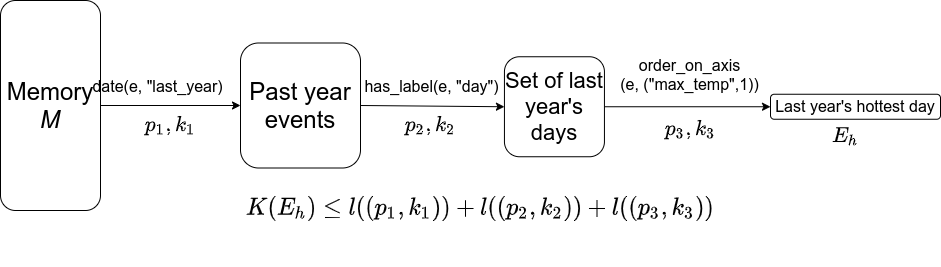
The draw.io diagram figures/filters.png in EtienneHouze/abduction_paper, before a commit. Source tidied: cells renumbered, new cells last; positions are measured from the earlier drawing's top-left corner, leaving out a move shared by most shapes. The source it was exported from:
```xml
<mxGraphModel math="1">
  <root>
    <mxCell id="0" />
    <mxCell id="1" parent="0" />
    <mxCell id="2" style="edgeStyle=orthogonalEdgeStyle;rounded=0;jettySize=auto;html=1;exitX=1;exitY=0.5;exitDx=0;exitDy=0;entryX=0;entryY=0.5;entryDx=0;entryDy=0;" parent="1" edge="1" source="3" target="10">
      <mxGeometry relative="1" as="geometry" />
    </mxCell>
    <mxCell id="3" value="&lt;font style=&quot;font-size: 24px&quot;&gt;Memory &lt;i&gt;M&lt;/i&gt;&lt;/font&gt;" style="rounded=1;whiteSpace=wrap;html=1;" parent="1" vertex="1">
      <mxGeometry width="100" height="210" as="geometry" />
    </mxCell>
    <mxCell id="4" style="endArrow=classic;html=1;entryX=0;entryY=0.5;entryDx=0;entryDy=0;" parent="1" edge="1" target="8">
      <mxGeometry relative="1" as="geometry">
        <mxPoint x="360" y="105" as="sourcePoint" />
      </mxGeometry>
    </mxCell>
    <mxCell id="5" value="&lt;span style=&quot;font-size: 16px&quot;&gt;has_label(e, &quot;day&quot;)&lt;/span&gt;" style="edgeLabel;html=1;align=center;verticalAlign=middle;labelBackgroundColor=none;" parent="4" vertex="1">
      <mxGeometry x="-0.36" y="6" relative="1" as="geometry">
        <mxPoint x="24" y="-14" as="offset" />
      </mxGeometry>
    </mxCell>
    <mxCell id="6" value="&lt;span style=&quot;font-size: 16px&quot;&gt;date(e, &quot;last_year)&lt;/span&gt;" style="edgeLabel;html=1;align=center;verticalAlign=middle;labelBackgroundColor=none;" parent="4" vertex="1">
      <mxGeometry x="-0.36" y="6" relative="1" as="geometry">
        <mxPoint x="-250" y="-14" as="offset" />
      </mxGeometry>
    </mxCell>
    <mxCell id="7" style="edgeStyle=orthogonalEdgeStyle;rounded=0;jettySize=auto;html=1;exitX=1;exitY=0.5;exitDx=0;exitDy=0;entryX=0;entryY=0.5;entryDx=0;entryDy=0;" parent="1" edge="1" source="8" target="11">
      <mxGeometry relative="1" as="geometry" />
    </mxCell>
    <mxCell id="8" value="&lt;font style=&quot;font-size: 22px&quot;&gt;Set of last year's days&lt;/font&gt;" style="rounded=1;whiteSpace=wrap;html=1;" parent="1" vertex="1">
      <mxGeometry x="503.9" y="56.2" width="100" height="100" as="geometry" />
    </mxCell>
    <mxCell id="9" value="&lt;font style=&quot;font-size: 16px&quot;&gt;order_on_axis&lt;br&gt;(e, (&quot;max_temp&quot;,1))&lt;br&gt;&lt;/font&gt;" style="text;html=1;align=center;verticalAlign=middle;strokeColor=none;" parent="1" vertex="1">
      <mxGeometry x="613.9" y="53.8" width="150" height="40" as="geometry" />
    </mxCell>
    <mxCell id="10" value="&lt;span style=&quot;font-size: 24px&quot;&gt;Past year&lt;br&gt;events&lt;br&gt;&lt;/span&gt;" style="rounded=1;whiteSpace=wrap;html=1;" parent="1" vertex="1">
      <mxGeometry x="240" y="42.5" width="120" height="125" as="geometry" />
    </mxCell>
    <mxCell id="11" value="&lt;font style=&quot;font-size: 16px&quot;&gt;Last year's hottest day&lt;br&gt;&lt;/font&gt;" style="rounded=1;whiteSpace=wrap;html=1;" parent="1" vertex="1">
      <mxGeometry x="770" y="93.8" width="170" height="25" as="geometry" />
    </mxCell>
    <mxCell id="12" value="&lt;font style=&quot;font-size: 20px&quot;&gt;$$K(E_h) \leq l((p_1, k_1)) + l((p_2, k_2)) + l((p_3, k_3))$$&amp;nbsp;&lt;/font&gt;" style="text;html=1;strokeColor=none;fillColor=none;align=center;verticalAlign=middle;whiteSpace=wrap;rounded=0;labelBackgroundColor=none;" parent="1" vertex="1">
      <mxGeometry x="250" y="210" width="460" height="20" as="geometry" />
    </mxCell>
    <mxCell id="13" value="&lt;font style=&quot;font-size: 18px&quot;&gt;&lt;i&gt;$$p_1, k_1$$&lt;/i&gt;&lt;/font&gt;" style="text;html=1;align=center;verticalAlign=middle;strokeColor=none;" parent="1" vertex="1">
      <mxGeometry x="110" y="115" width="120" height="20" as="geometry" />
    </mxCell>
    <mxCell id="14" value="&lt;span style=&quot;font-size: 18px&quot;&gt;&lt;i&gt;$$p_2, k_2$$&lt;/i&gt;&lt;/span&gt;" style="text;html=1;align=center;verticalAlign=middle;strokeColor=none;" parent="1" vertex="1">
      <mxGeometry x="370" y="115" width="120" height="20" as="geometry" />
    </mxCell>
    <mxCell id="15" value="&lt;span style=&quot;font-size: 18px&quot;&gt;&lt;i&gt;$$p_3, k_3$$&lt;/i&gt;&lt;/span&gt;" style="text;html=1;align=center;verticalAlign=middle;strokeColor=none;" parent="1" vertex="1">
      <mxGeometry x="630" y="118.8" width="120" height="20" as="geometry" />
    </mxCell>
    <mxCell id="16" value="&lt;font style=&quot;font-size: 18px&quot;&gt;$$E_h$$&lt;/font&gt;" style="text;html=1;align=center;verticalAlign=middle;strokeColor=none;" parent="1" vertex="1">
      <mxGeometry x="800" y="126.2" width="90" height="20" as="geometry" />
    </mxCell>
  </root>
</mxGraphModel>
```
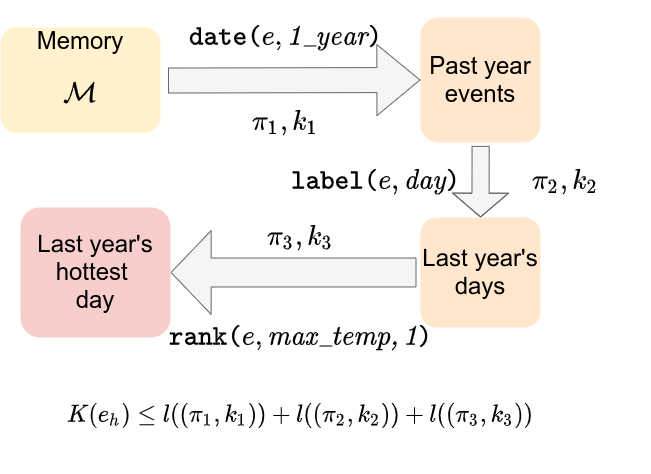
After the change.

What changed in the source:
```diff
@@ -2,56 +2,51 @@
   <root>
     <mxCell id="0" />
     <mxCell id="1" parent="0" />
-    <mxCell id="2" style="edgeStyle=orthogonalEdgeStyle;rounded=0;jettySize=auto;html=1;exitX=1;exitY=0.5;exitDx=0;exitDy=0;entryX=0;entryY=0.5;entryDx=0;entryDy=0;" parent="1" edge="1" source="3" target="10">
-      <mxGeometry relative="1" as="geometry" />
-    </mxCell>
-    <mxCell id="3" value="&lt;font style=&quot;font-size: 24px&quot;&gt;Memory &lt;i&gt;M&lt;/i&gt;&lt;/font&gt;" style="rounded=1;whiteSpace=wrap;html=1;" parent="1" vertex="1">
-      <mxGeometry width="100" height="210" as="geometry" />
+    <mxCell id="3" value="&lt;font style=&quot;font-size: 24px&quot;&gt;Memory &lt;i&gt;$$\mathcal{M}$$&lt;/i&gt;&lt;/font&gt;" style="rounded=1;whiteSpace=wrap;html=1;fillColor=#fff2cc;strokeColor=none;" parent="1" vertex="1">
+      <mxGeometry x="-210" y="-5" width="160" height="105" as="geometry" />
     </mxCell>
-    <mxCell id="4" style="endArrow=classic;html=1;entryX=0;entryY=0.5;entryDx=0;entryDy=0;" parent="1" edge="1" target="8">
-      <mxGeometry relative="1" as="geometry">
-        <mxPoint x="360" y="105" as="sourcePoint" />
-      </mxGeometry>
-    </mxCell>
-    <mxCell id="5" value="&lt;span style=&quot;font-size: 16px&quot;&gt;has_label(e, &quot;day&quot;)&lt;/span&gt;" style="edgeLabel;html=1;align=center;verticalAlign=middle;labelBackgroundColor=none;" parent="4" vertex="1">
-      <mxGeometry x="-0.36" y="6" relative="1" as="geometry">
-        <mxPoint x="24" y="-14" as="offset" />
-      </mxGeometry>
-    </mxCell>
-    <mxCell id="6" value="&lt;span style=&quot;font-size: 16px&quot;&gt;date(e, &quot;last_year)&lt;/span&gt;" style="edgeLabel;html=1;align=center;verticalAlign=middle;labelBackgroundColor=none;" parent="4" vertex="1">
-      <mxGeometry x="-0.36" y="6" relative="1" as="geometry">
-        <mxPoint x="-250" y="-14" as="offset" />
-      </mxGeometry>
-    </mxCell>
-    <mxCell id="7" style="edgeStyle=orthogonalEdgeStyle;rounded=0;jettySize=auto;html=1;exitX=1;exitY=0.5;exitDx=0;exitDy=0;entryX=0;entryY=0.5;entryDx=0;entryDy=0;" parent="1" edge="1" source="8" target="11">
-      <mxGeometry relative="1" as="geometry" />
-    </mxCell>
+    <mxCell id="17" style="edgeStyle=orthogonalEdgeStyle;shape=flexArrow;rounded=0;jettySize=auto;html=1;endWidth=53.793103448275865;endSize=13.048275862068968;width=28.96551724137931;entryX=1;entryY=0.5;entryDx=0;entryDy=0;fillColor=#f5f5f5;strokeColor=#666666;" parent="1" edge="1" target="11">
+      <mxGeometry relative="1" as="geometry">
+        <mxPoint x="206" y="240" as="sourcePoint" />
+      </mxGeometry>
+    </mxCell>
-    <mxCell id="8" value="&lt;font style=&quot;font-size: 22px&quot;&gt;Set of last year's days&lt;/font&gt;" style="rounded=1;whiteSpace=wrap;html=1;" parent="1" vertex="1">
-      <mxGeometry x="503.9" y="56.2" width="100" height="100" as="geometry" />
+    <mxCell id="8" value="&lt;font style=&quot;font-size: 24px&quot;&gt;Last year's days&lt;/font&gt;" style="rounded=1;whiteSpace=wrap;html=1;fillColor=#ffe6cc;strokeColor=none;" parent="1" vertex="1">
+      <mxGeometry x="210" y="185" width="120" height="110" as="geometry" />
     </mxCell>
-    <mxCell id="9" value="&lt;font style=&quot;font-size: 16px&quot;&gt;order_on_axis&lt;br&gt;(e, (&quot;max_temp&quot;,1))&lt;br&gt;&lt;/font&gt;" style="text;html=1;align=center;verticalAlign=middle;strokeColor=none;" parent="1" vertex="1">
-      <mxGeometry x="613.9" y="53.8" width="150" height="40" as="geometry" />
-    </mxCell>
+    <mxCell id="18" style="edgeStyle=orthogonalEdgeStyle;rounded=0;jettySize=auto;html=1;shape=flexArrow;endWidth=37.61904761904762;endSize=7.604761904761904;width=17.142857142857142;exitX=0.501;exitY=1.027;exitDx=0;exitDy=0;exitPerimeter=0;fillColor=#f5f5f5;strokeColor=#666666;" parent="1" edge="1" source="10">
+      <mxGeometry relative="1" as="geometry">
+        <mxPoint x="270" y="185" as="targetPoint" />
+      </mxGeometry>
+    </mxCell>
-    <mxCell id="10" value="&lt;span style=&quot;font-size: 24px&quot;&gt;Past year&lt;br&gt;events&lt;br&gt;&lt;/span&gt;" style="rounded=1;whiteSpace=wrap;html=1;" parent="1" vertex="1">
-      <mxGeometry x="240" y="42.5" width="120" height="125" as="geometry" />
+    <mxCell id="10" value="&lt;span style=&quot;font-size: 24px&quot;&gt;Past year&lt;br&gt;events&lt;br&gt;&lt;/span&gt;" style="rounded=1;whiteSpace=wrap;html=1;fillColor=#ffe6cc;strokeColor=none;" parent="1" vertex="1">
+      <mxGeometry x="210" y="-15" width="120" height="125" as="geometry" />
     </mxCell>
-    <mxCell id="11" value="&lt;font style=&quot;font-size: 16px&quot;&gt;Last year's hottest day&lt;br&gt;&lt;/font&gt;" style="rounded=1;whiteSpace=wrap;html=1;" parent="1" vertex="1">
-      <mxGeometry x="770" y="93.8" width="170" height="25" as="geometry" />
-    </mxCell>
-    <mxCell id="12" value="&lt;font style=&quot;font-size: 20px&quot;&gt;$$K(E_h) \leq l((p_1, k_1)) + l((p_2, k_2)) + l((p_3, k_3))$$&amp;nbsp;&lt;/font&gt;" style="text;html=1;strokeColor=none;fillColor=none;align=center;verticalAlign=middle;whiteSpace=wrap;rounded=0;labelBackgroundColor=none;" parent="1" vertex="1">
-      <mxGeometry x="250" y="210" width="460" height="20" as="geometry" />
+    <mxCell id="12" value="&lt;font style=&quot;font-size: 20px&quot;&gt;$$K(e_h) \leq l((\pi_1, k_1)) + l((\pi_2, k_2)) + l((\pi_3, k_3))$$&amp;nbsp;&lt;/font&gt;" style="text;html=1;strokeColor=none;fillColor=none;align=center;verticalAlign=middle;whiteSpace=wrap;rounded=0;labelBackgroundColor=none;" parent="1" vertex="1">
+      <mxGeometry x="-140" y="385" width="460" height="20" as="geometry" />
     </mxCell>
-    <mxCell id="13" value="&lt;font style=&quot;font-size: 18px&quot;&gt;&lt;i&gt;$$p_1, k_1$$&lt;/i&gt;&lt;/font&gt;" style="text;html=1;align=center;verticalAlign=middle;strokeColor=none;" parent="1" vertex="1">
-      <mxGeometry x="110" y="115" width="120" height="20" as="geometry" />
+    <mxCell id="13" value="&lt;font size=&quot;1&quot;&gt;&lt;i style=&quot;font-size: 23px&quot;&gt;$$\pi_1, k_1$$&lt;/i&gt;&lt;/font&gt;" style="text;html=1;align=center;verticalAlign=middle;strokeColor=none;" parent="1" vertex="1">
+      <mxGeometry x="-10" y="80" width="170" height="20" as="geometry" />
     </mxCell>
-    <mxCell id="14" value="&lt;span style=&quot;font-size: 18px&quot;&gt;&lt;i&gt;$$p_2, k_2$$&lt;/i&gt;&lt;/span&gt;" style="text;html=1;align=center;verticalAlign=middle;strokeColor=none;" parent="1" vertex="1">
-      <mxGeometry x="370" y="115" width="120" height="20" as="geometry" />
+    <mxCell id="14" value="&lt;i&gt;&lt;font style=&quot;font-size: 23px&quot;&gt;$$\pi_2, k_2$$&lt;/font&gt;&lt;/i&gt;" style="text;html=1;align=center;verticalAlign=middle;strokeColor=none;" parent="1" vertex="1">
+      <mxGeometry x="270" y="138.8" width="170" height="20" as="geometry" />
     </mxCell>
-    <mxCell id="15" value="&lt;span style=&quot;font-size: 18px&quot;&gt;&lt;i&gt;$$p_3, k_3$$&lt;/i&gt;&lt;/span&gt;" style="text;html=1;align=center;verticalAlign=middle;strokeColor=none;" parent="1" vertex="1">
-      <mxGeometry x="630" y="118.8" width="120" height="20" as="geometry" />
+    <mxCell id="15" value="&lt;i&gt;&lt;font style=&quot;font-size: 23px&quot;&gt;$$\pi_3, k_3$$&lt;/font&gt;&lt;/i&gt;" style="text;html=1;align=center;verticalAlign=middle;strokeColor=none;" parent="1" vertex="1">
+      <mxGeometry x="5" y="195" width="170" height="20" as="geometry" />
     </mxCell>
-    <mxCell id="16" value="&lt;font style=&quot;font-size: 18px&quot;&gt;$$E_h$$&lt;/font&gt;" style="text;html=1;align=center;verticalAlign=middle;strokeColor=none;" parent="1" vertex="1">
-      <mxGeometry x="800" y="126.2" width="90" height="20" as="geometry" />
-    </mxCell>
+    <mxCell id="2" style="shape=flexArrow;endArrow=classic;html=1;exitX=1.047;exitY=0.505;exitDx=0;exitDy=0;exitPerimeter=0;entryX=0;entryY=0.5;entryDx=0;entryDy=0;endWidth=45;endSize=14.04;width=25;fillColor=#f5f5f5;strokeColor=#666666;" parent="1" edge="1" source="3" target="10">
+      <mxGeometry relative="1" as="geometry" />
+    </mxCell>
+    <mxCell id="19" value="&lt;span style=&quot;font-size: 23px&quot;&gt;$$\mathtt{label(}e, \mathit{day}\mathtt{)}$$&lt;/span&gt;" style="text;html=1;align=center;verticalAlign=middle;" parent="1" vertex="1">
+      <mxGeometry x="-60" y="138.8" width="450" height="20" as="geometry" />
+    </mxCell>
+    <mxCell id="20" value="&lt;span style=&quot;font-size: 23px&quot;&gt;$$\mathtt{date(}e, \mathit{1\_year}\mathtt{)}$$&lt;/span&gt;" style="text;html=1;align=center;verticalAlign=middle;strokeColor=none;" parent="1" vertex="1">
+      <mxGeometry x="-170" y="-5" width="490" height="20" as="geometry" />
+    </mxCell>
+    <mxCell id="11" value="&lt;font style=&quot;font-size: 24px&quot;&gt;Last year's&lt;br&gt;hottest&amp;nbsp;&lt;br&gt;day&lt;br&gt;&lt;/font&gt;" style="rounded=1;whiteSpace=wrap;html=1;fillColor=#f8cecc;strokeColor=none;" parent="1" vertex="1">
+      <mxGeometry x="-190" y="175" width="150" height="130" as="geometry" />
+    </mxCell>
+    <mxCell id="21" value="&lt;span style=&quot;font-size: 23px&quot;&gt;$$\mathtt{rank(}e, \mathit{max\_temp,1}\mathtt{)}$$&lt;/span&gt;" style="text;html=1;align=center;verticalAlign=middle;strokeColor=none;" parent="1" vertex="1">
+      <mxGeometry x="-180" y="295" width="540" height="20" as="geometry" />
+    </mxCell>
   </root>
 </mxGraphModel>
```
